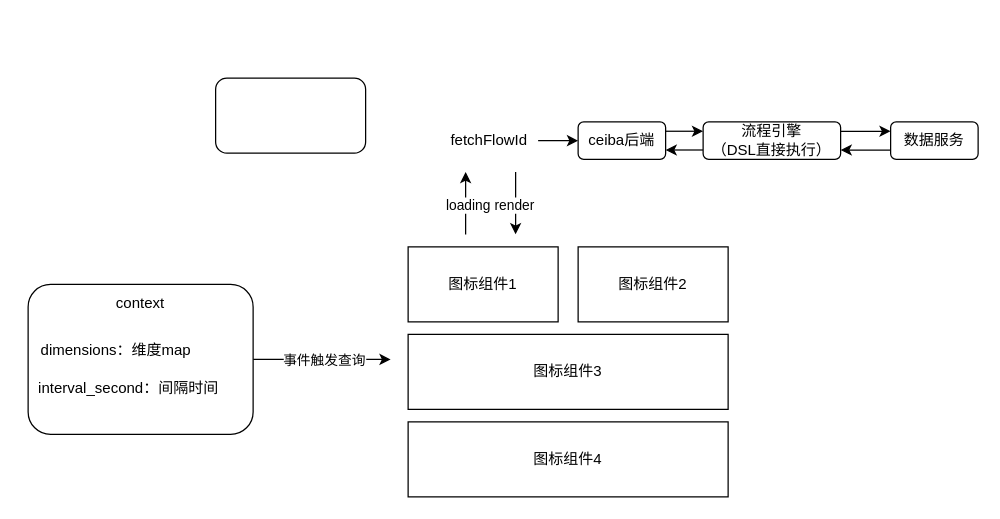
Before: data_design.drawio in axtrur/resource, a draw.io diagram. Source tidied: cells renumbered, new cells numbered last; positions are measured from the earlier drawing's top-left corner, leaving out a move shared by most shapes. Both pictures are drawn from the tidied source at 125%, with x=0, y=0 at pixel (21, 78).
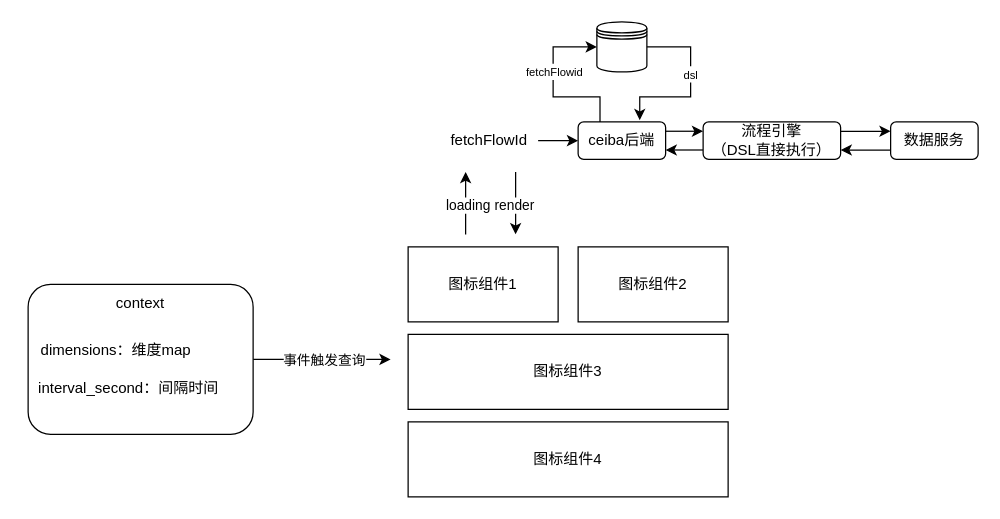
Above is the later version.

Unchanged cells that the change refers to:
```xml
<mxCell id="15" value="ceiba后端" style="rounded=1;whiteSpace=wrap;html=1;" parent="1" vertex="1">
  <mxGeometry x="445" y="35" width="70" height="30" as="geometry" />
</mxCell>
```

Change to the diagram source:
```diff
@@
+    <mxCell id="26" style="edgeStyle=orthogonalEdgeStyle;rounded=0;jettySize=auto;html=1;exitX=0.25;exitY=0;exitDx=0;exitDy=0;entryX=0;entryY=0.5;entryDx=0;entryDy=0;" parent="1" edge="1" source="15" target="28">
+      <mxGeometry relative="1" as="geometry" />
+    </mxCell>
+    <mxCell id="27" value="&lt;font style=&quot;font-size: 9px;&quot;&gt;fetchFlowid&lt;/font&gt;" style="edgeLabel;html=1;align=center;verticalAlign=middle;" parent="26" vertex="1">
+      <mxGeometry x="0.17" relative="1" as="geometry" />
+    </mxCell>
@@
-    <mxCell id="21" style="rounded=1;whiteSpace=wrap;html=1;" parent="1" vertex="1">
-      <mxGeometry x="155" width="120" height="60" as="geometry" />
-    </mxCell>
@@
+    <mxCell id="28" style="shape=datastore;whiteSpace=wrap;html=1;" parent="1" vertex="1">
+      <mxGeometry x="460" y="-45" width="40" height="40" as="geometry" />
+    </mxCell>
+    <mxCell id="29" style="edgeStyle=orthogonalEdgeStyle;rounded=0;jettySize=auto;html=1;exitX=1;exitY=0.5;exitDx=0;exitDy=0;entryX=0.704;entryY=-0.046;entryDx=0;entryDy=0;entryPerimeter=0;" parent="1" edge="1" source="28" target="15">
+      <mxGeometry relative="1" as="geometry">
+        <Array as="points">
+          <mxPoint x="535" y="-25" />
+          <mxPoint x="535" y="15" />
+          <mxPoint x="494" y="15" />
+        </Array>
+      </mxGeometry>
+    </mxCell>
+    <mxCell id="30" value="&lt;font style=&quot;font-size: 9px;&quot;&gt;dsl&lt;/font&gt;" style="edgeLabel;html=1;align=center;verticalAlign=middle;" parent="29" vertex="1">
+      <mxGeometry x="-0.16" y="-1" relative="1" as="geometry" />
+    </mxCell>
```
